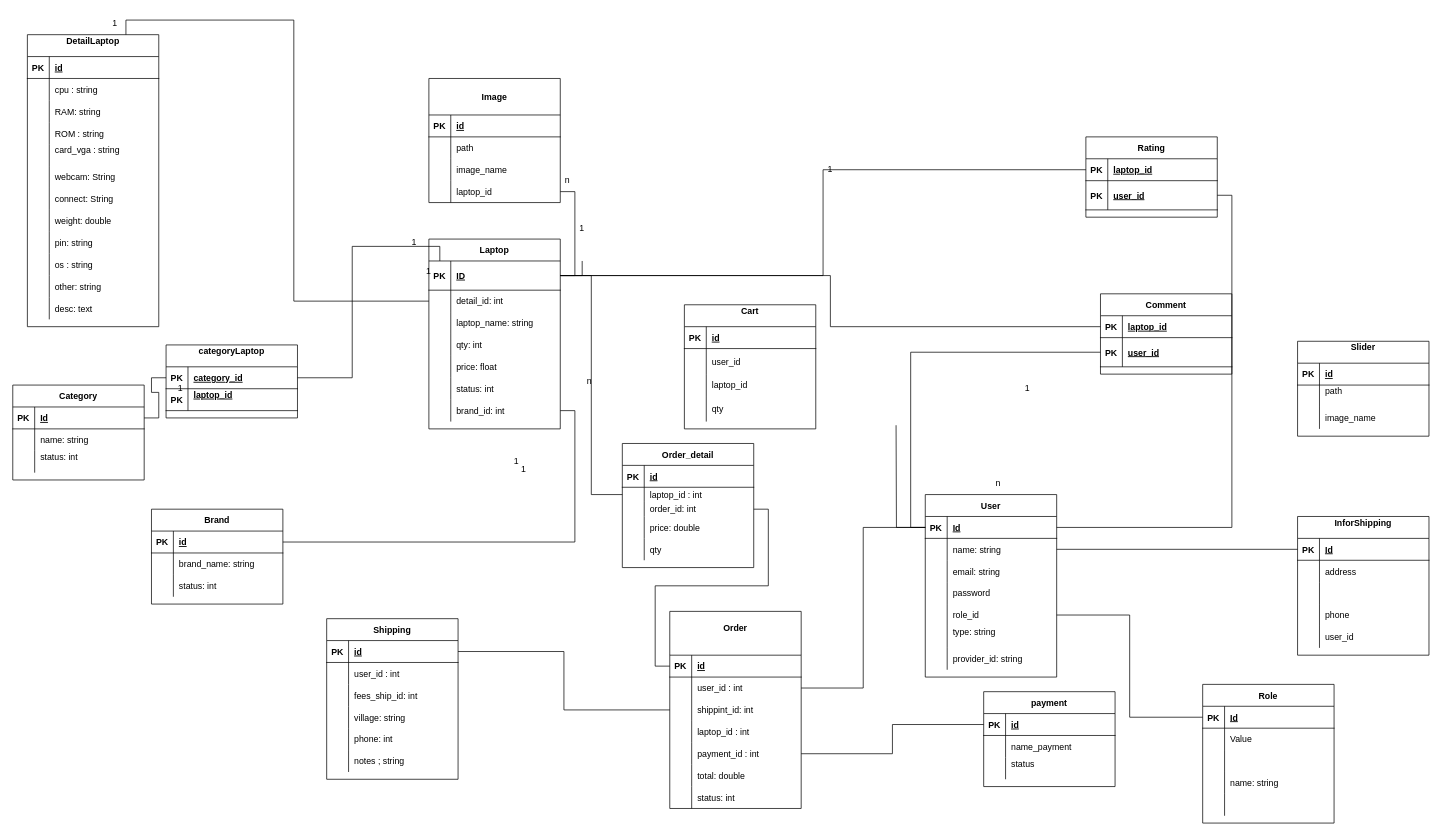
Hanh2k3/api-shopLaptop keeps this draw.io diagram as diagram_database.drawio. Above is the earlier version. Source tidied: cells renumbered, new cells numbered last; positions are measured from the earlier drawing's top-left corner, leaving out a move shared by most shapes. Both pictures are drawn from the tidied source at 73%, with x=0, y=0 at pixel (12, 12).
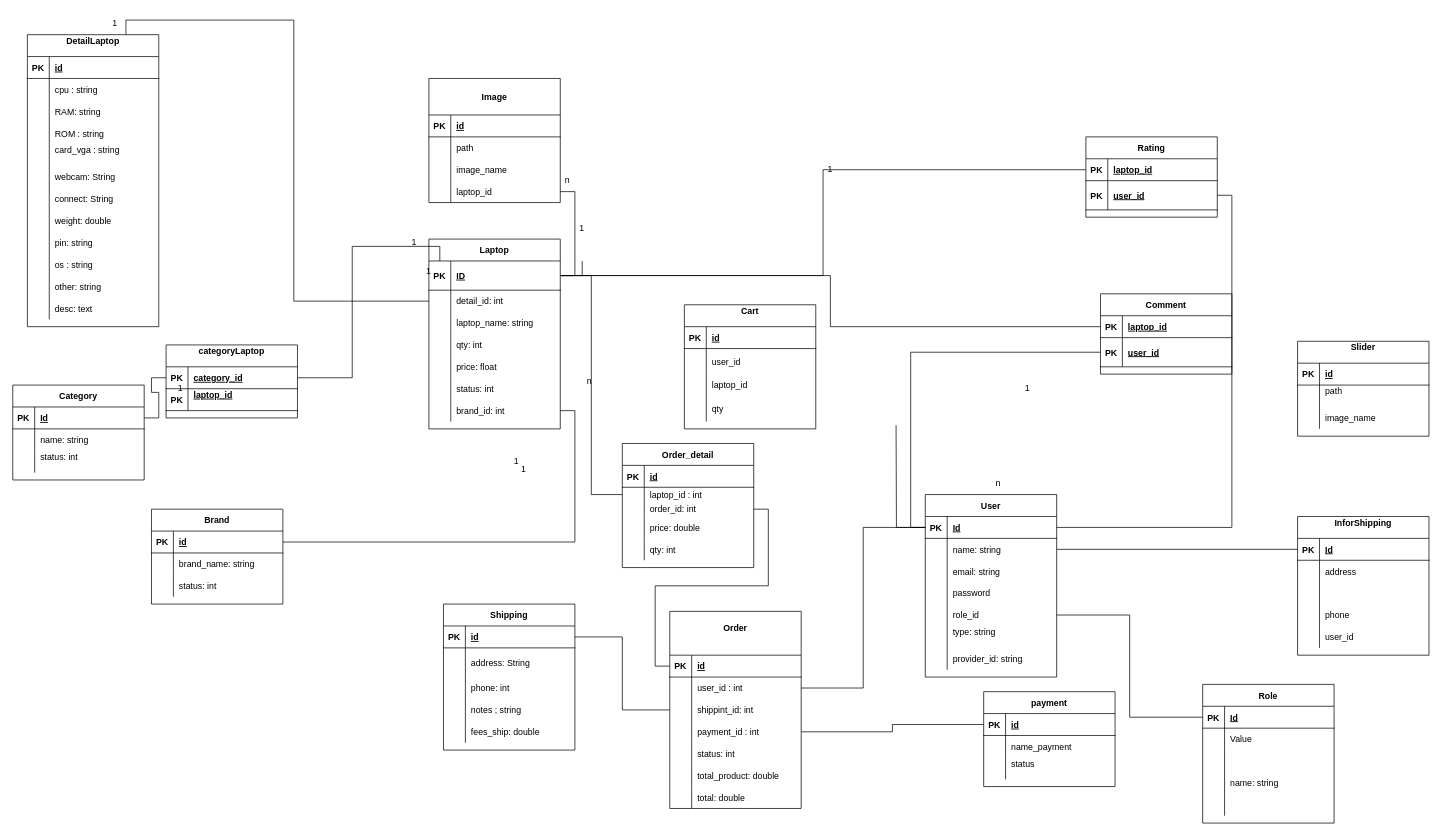
The same diagram, later.

The change refers to these unchanged cells:
```xml
<mxCell id="132" value="Order&#10;" style="shape=table;startSize=60;childLayout=tableLayout;rowLines=0;fontStyle=1;align=center;" parent="1" vertex="1">
  <mxGeometry x="900" y="820" width="180" height="270" as="geometry" />
</mxCell>
<mxCell id="167" style="shape=partialRectangle;fillColor=none;top=0;left=0;bottom=0;right=0;" parent="154" vertex="1">
  <mxGeometry y="130" width="180" height="30" as="geometry" />
</mxCell>
```

Change to the diagram source:
```diff
@@
-    <mxCell id="142" style="shape=partialRectangle;fillColor=none;top=0;left=0;bottom=0;right=0;" parent="132" vertex="1">
-      <mxGeometry y="150" width="180" height="30" as="geometry" />
-    </mxCell>
-    <mxCell id="143" style="shape=partialRectangle;fillColor=none;top=0;left=0;bottom=0;right=0;overflow=hidden;" parent="142" vertex="1">
-      <mxGeometry width="30" height="30" as="geometry" />
-    </mxCell>
-    <mxCell id="144" value="laptop_id : int" style="shape=partialRectangle;fillColor=none;top=0;left=0;bottom=0;right=0;align=left;spacingLeft=6;overflow=hidden;" parent="142" vertex="1">
-      <mxGeometry x="30" width="150" height="30" as="geometry" />
-    </mxCell>
     <mxCell id="145" style="shape=partialRectangle;fillColor=none;top=0;left=0;bottom=0;right=0;points=[[0,0.5],[1,0.5]];portConstraint=eastwest;" parent="132" vertex="1">
-      <mxGeometry y="180" width="180" height="30" as="geometry" />
+      <mxGeometry y="150" width="180" height="30" as="geometry" />
     </mxCell>
@@
-    <mxCell id="148" style="shape=partialRectangle;fillColor=none;top=0;left=0;bottom=0;right=0;" parent="132" vertex="1">
-      <mxGeometry y="210" width="180" height="30" as="geometry" />
-    </mxCell>
-    <mxCell id="149" style="shape=partialRectangle;fillColor=none;top=0;left=0;bottom=0;right=0;overflow=hidden;" parent="148" vertex="1">
-      <mxGeometry width="30" height="30" as="geometry" />
-    </mxCell>
-    <mxCell id="150" value="total: double" style="shape=partialRectangle;fillColor=none;top=0;left=0;bottom=0;right=0;align=left;spacingLeft=6;overflow=hidden;" parent="148" vertex="1">
-      <mxGeometry x="30" width="150" height="30" as="geometry" />
-    </mxCell>
     <mxCell id="151" style="shape=partialRectangle;fillColor=none;top=0;left=0;bottom=0;right=0;" parent="132" vertex="1">
-      <mxGeometry y="240" width="180" height="30" as="geometry" />
+      <mxGeometry y="180" width="180" height="30" as="geometry" />
     </mxCell>
@@
+    <mxCell id="148" style="shape=partialRectangle;fillColor=none;top=0;left=0;bottom=0;right=0;" parent="132" vertex="1">
+      <mxGeometry y="210" width="180" height="30" as="geometry" />
+    </mxCell>
+    <mxCell id="289" style="shape=partialRectangle;fillColor=none;top=0;left=0;bottom=0;right=0;overflow=hidden;" parent="148" vertex="1">
+      <mxGeometry width="30" height="30" as="geometry" />
+    </mxCell>
+    <mxCell id="290" value="total_product: double" style="shape=partialRectangle;fillColor=none;top=0;left=0;bottom=0;right=0;align=left;spacingLeft=6;overflow=hidden;" parent="148" vertex="1">
+      <mxGeometry x="30" width="150" height="30" as="geometry" />
+    </mxCell>
+    <mxCell id="291" style="shape=partialRectangle;fillColor=none;top=0;left=0;bottom=0;right=0;" parent="132" vertex="1">
+      <mxGeometry y="240" width="180" height="30" as="geometry" />
+    </mxCell>
+    <mxCell id="292" style="shape=partialRectangle;fillColor=none;top=0;left=0;bottom=0;right=0;overflow=hidden;" parent="291" vertex="1">
+      <mxGeometry width="30" height="30" as="geometry" />
+    </mxCell>
+    <mxCell id="150" value="total: double" style="shape=partialRectangle;fillColor=none;top=0;left=0;bottom=0;right=0;align=left;spacingLeft=6;overflow=hidden;" parent="291" vertex="1">
+      <mxGeometry x="30" width="150" height="30" as="geometry" />
+    </mxCell>
@@
-    <mxCell id="169" value="qty" style="shape=partialRectangle;fillColor=none;top=0;left=0;bottom=0;right=0;align=left;spacingLeft=6;overflow=hidden;" parent="167" vertex="1">
+    <mxCell id="169" value="qty: int" style="shape=partialRectangle;fillColor=none;top=0;left=0;bottom=0;right=0;align=left;spacingLeft=6;overflow=hidden;" parent="167" vertex="1">
       <mxGeometry x="30" width="150" height="30" as="geometry" />
     </mxCell>
@@
     <mxCell id="180" value="Shipping" style="shape=table;startSize=30;childLayout=tableLayout;rowLines=0;fontStyle=1;align=center;" parent="1" vertex="1">
-      <mxGeometry x="430" y="830" width="180" height="220" as="geometry" />
+      <mxGeometry x="590" y="810" width="180" height="200" as="geometry" />
     </mxCell>
@@
-    <mxCell id="184" style="shape=partialRectangle;fillColor=none;top=0;left=0;bottom=0;right=0;" parent="180" vertex="1">
-      <mxGeometry y="60" width="180" height="30" as="geometry" />
-    </mxCell>
-    <mxCell id="185" style="shape=partialRectangle;fillColor=none;top=0;left=0;bottom=0;right=0;overflow=hidden;" parent="184" vertex="1">
-      <mxGeometry width="30" height="30" as="geometry" />
-    </mxCell>
-    <mxCell id="186" value="user_id : int" style="shape=partialRectangle;fillColor=none;top=0;left=0;bottom=0;right=0;align=left;spacingLeft=6;overflow=hidden;" parent="184" vertex="1">
-      <mxGeometry x="30" width="150" height="30" as="geometry" />
-    </mxCell>
-    <mxCell id="187" style="shape=partialRectangle;fillColor=none;top=0;left=0;bottom=0;right=0;" parent="180" vertex="1">
-      <mxGeometry y="90" width="180" height="30" as="geometry" />
-    </mxCell>
-    <mxCell id="188" style="shape=partialRectangle;fillColor=none;top=0;left=0;bottom=0;right=0;overflow=hidden;" parent="187" vertex="1">
-      <mxGeometry width="30" height="30" as="geometry" />
-    </mxCell>
-    <mxCell id="189" value="fees_ship_id: int" style="shape=partialRectangle;fillColor=none;top=0;left=0;bottom=0;right=0;align=left;spacingLeft=6;overflow=hidden;" parent="187" vertex="1">
-      <mxGeometry x="30" width="150" height="30" as="geometry" />
-    </mxCell>
     <mxCell id="190" style="shape=partialRectangle;fillColor=none;top=0;left=0;bottom=0;right=0;" parent="180" vertex="1">
-      <mxGeometry y="120" width="180" height="30" as="geometry" />
+      <mxGeometry y="60" width="180" height="40" as="geometry" />
     </mxCell>
     <mxCell id="191" style="shape=partialRectangle;fillColor=none;top=0;left=0;bottom=0;right=0;overflow=hidden;" parent="190" vertex="1">
-      <mxGeometry width="30" height="30" as="geometry" />
+      <mxGeometry width="30" height="40" as="geometry" />
     </mxCell>
-    <mxCell id="192" value="village: string" style="shape=partialRectangle;fillColor=none;top=0;left=0;bottom=0;right=0;align=left;spacingLeft=6;overflow=hidden;" parent="190" vertex="1">
-      <mxGeometry x="30" width="150" height="30" as="geometry" />
+    <mxCell id="192" value="address: String" style="shape=partialRectangle;fillColor=none;top=0;left=0;bottom=0;right=0;align=left;spacingLeft=6;overflow=hidden;" parent="190" vertex="1">
+      <mxGeometry x="30" width="150" height="40" as="geometry" />
     </mxCell>
     <mxCell id="193" style="shape=partialRectangle;fillColor=none;top=0;left=0;bottom=0;right=0;" parent="180" vertex="1">
-      <mxGeometry y="150" width="180" height="30" as="geometry" />
+      <mxGeometry y="100" width="180" height="30" as="geometry" />
     </mxCell>
@@
     <mxCell id="196" style="shape=partialRectangle;fillColor=none;top=0;left=0;bottom=0;right=0;" parent="180" vertex="1">
-      <mxGeometry y="180" width="180" height="30" as="geometry" />
+      <mxGeometry y="130" width="180" height="30" as="geometry" />
     </mxCell>
@@
+    <mxCell id="293" style="shape=partialRectangle;fillColor=none;top=0;left=0;bottom=0;right=0;" parent="180" vertex="1">
+      <mxGeometry y="160" width="180" height="30" as="geometry" />
+    </mxCell>
+    <mxCell id="294" style="shape=partialRectangle;fillColor=none;top=0;left=0;bottom=0;right=0;overflow=hidden;" parent="293" vertex="1">
+      <mxGeometry width="30" height="30" as="geometry" />
+    </mxCell>
+    <mxCell id="295" value="fees_ship: double" style="shape=partialRectangle;fillColor=none;top=0;left=0;bottom=0;right=0;align=left;spacingLeft=6;overflow=hidden;" parent="293" vertex="1">
+      <mxGeometry x="30" width="150" height="30" as="geometry" />
+    </mxCell>
```
